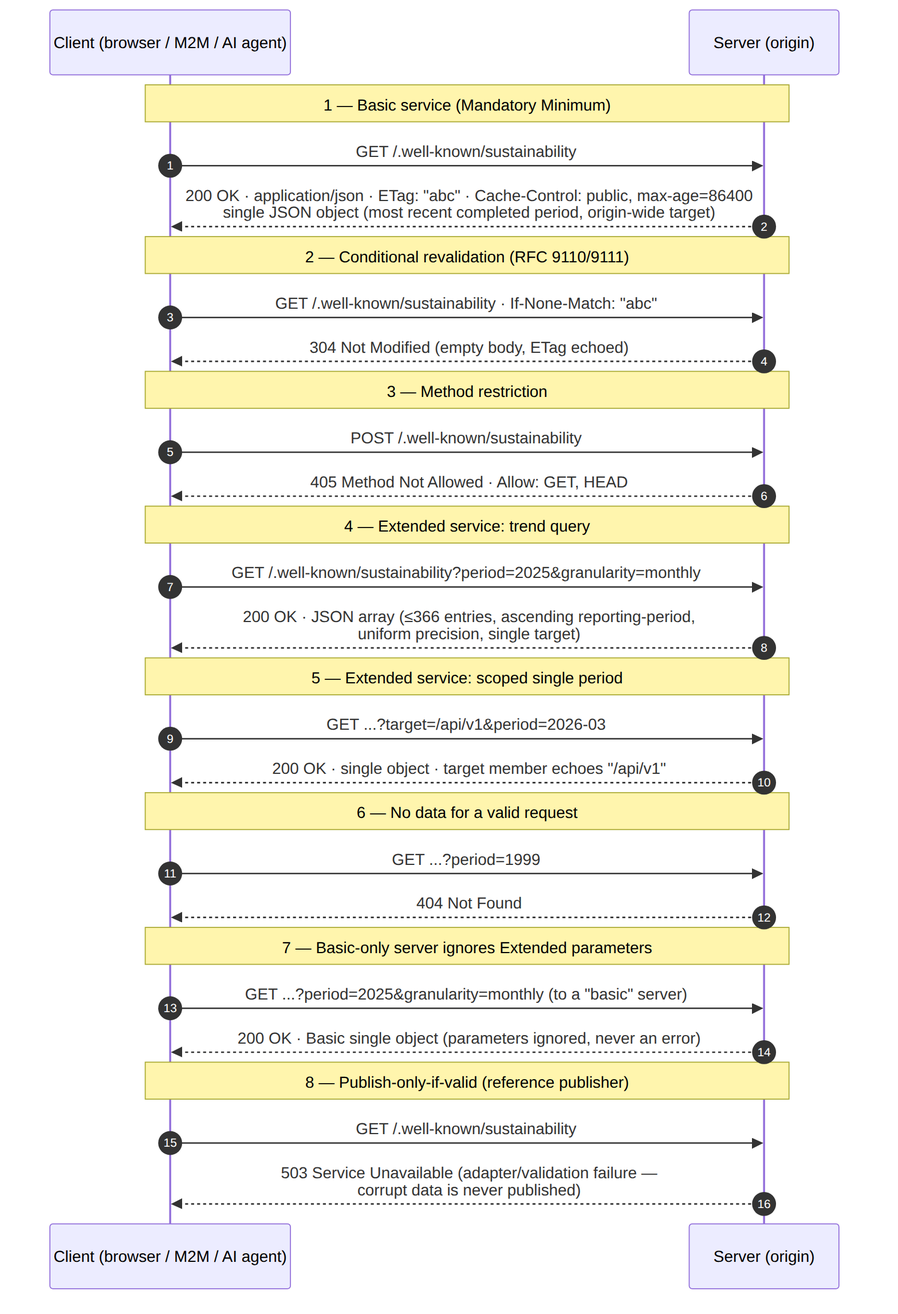
Above: architecture/images/protocol-sequence.png in andreibesleaga/rfc-sustainability-wellknown (Mermaid), before the change. Its source is kept beside it as architecture/diagrams/protocol-sequence.mmd. Its diagram source:
```mermaid
sequenceDiagram
    autonumber
    participant C as Client (browser / M2M / AI agent)
    participant S as Server (origin)

    Note over C,S: 1 — Basic service (Mandatory Minimum)
    C->>S: GET /.well-known/sustainability
    S-->>C: 200 OK · application/json · ETag: "abc" · Cache-Control: public, max-age=86400<br/>single JSON object (most recent completed period, origin-wide target)

    Note over C,S: 2 — Conditional revalidation (RFC 9110/9111)
    C->>S: GET /.well-known/sustainability · If-None-Match: "abc"
    S-->>C: 304 Not Modified (empty body, ETag echoed)

    Note over C,S: 3 — Method restriction
    C->>S: POST /.well-known/sustainability
    S-->>C: 405 Method Not Allowed · Allow: GET, HEAD

    Note over C,S: 4 — Extended service: trend query
    C->>S: GET /.well-known/sustainability?period=2025&granularity=monthly
    S-->>C: 200 OK · JSON array (≤366 entries, ascending reporting-period,<br/>uniform precision, single target)

    Note over C,S: 5 — Extended service: scoped single period
    C->>S: GET ...?target=/api/v1&period=2026-03
    S-->>C: 200 OK · single object · target member echoes "/api/v1"

    Note over C,S: 6 — No data for a valid request
    C->>S: GET ...?period=1999
    S-->>C: 404 Not Found

    Note over C,S: 7 — Basic-only server ignores Extended parameters
    C->>S: GET ...?period=2025&granularity=monthly (to a "basic" server)
    S-->>C: 200 OK · Basic single object (parameters ignored, never an error)

    Note over C,S: 8 — Publish-only-if-valid (reference publisher)
    C->>S: GET /.well-known/sustainability
    S-->>C: 503 Service Unavailable (adapter/validation failure —<br/>corrupt data is never published)
```
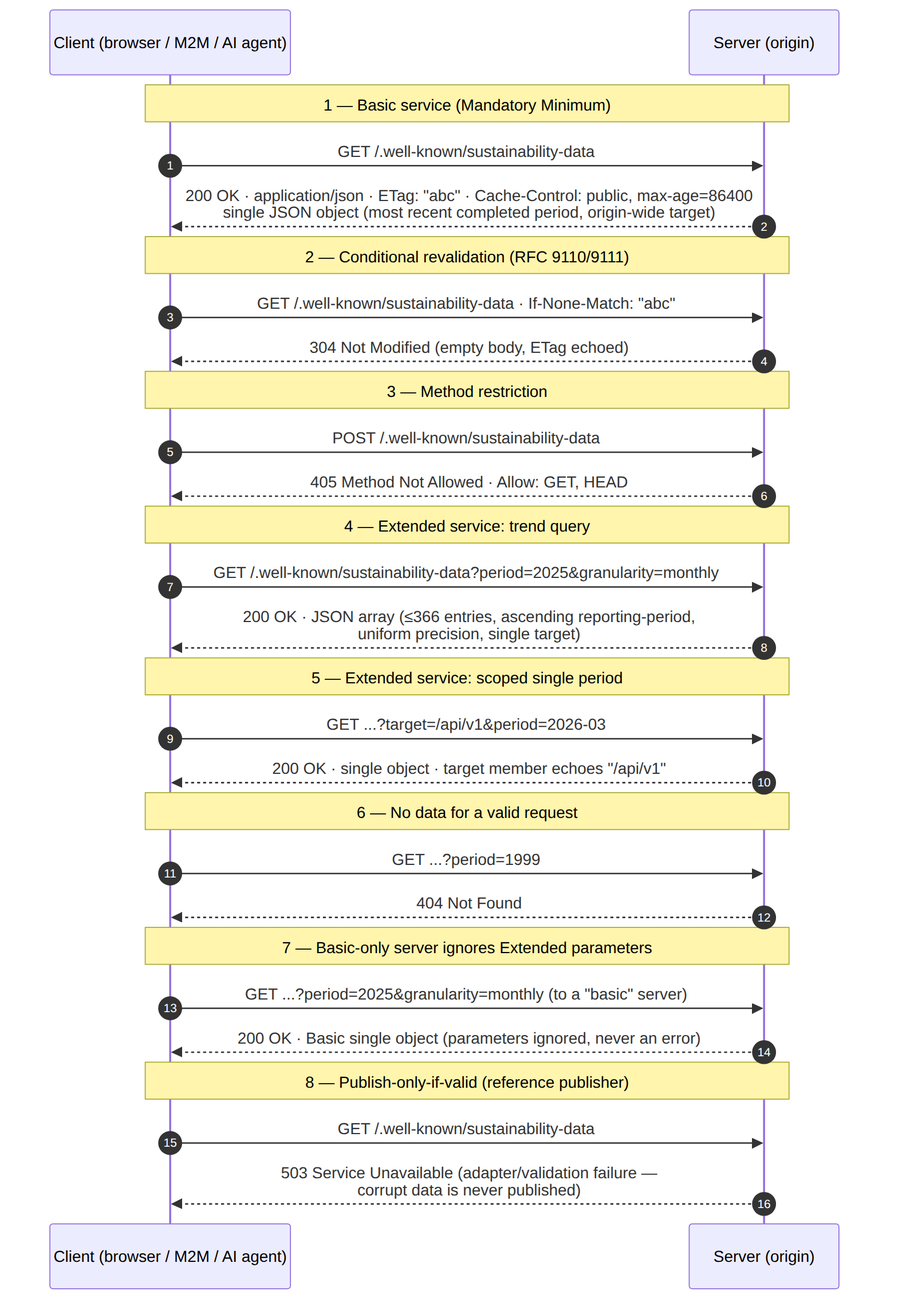
The same file after the commit.

Change to the diagram source:
```diff
@@ -4,19 +4,19 @@
     participant S as Server (origin)
 
     Note over C,S: 1 — Basic service (Mandatory Minimum)
-    C->>S: GET /.well-known/sustainability
+    C->>S: GET /.well-known/sustainability-data
     S-->>C: 200 OK · application/json · ETag: "abc" · Cache-Control: public, max-age=86400<br/>single JSON object (most recent completed period, origin-wide target)
 
     Note over C,S: 2 — Conditional revalidation (RFC 9110/9111)
-    C->>S: GET /.well-known/sustainability · If-None-Match: "abc"
+    C->>S: GET /.well-known/sustainability-data · If-None-Match: "abc"
     S-->>C: 304 Not Modified (empty body, ETag echoed)
 
     Note over C,S: 3 — Method restriction
-    C->>S: POST /.well-known/sustainability
+    C->>S: POST /.well-known/sustainability-data
     S-->>C: 405 Method Not Allowed · Allow: GET, HEAD
 
     Note over C,S: 4 — Extended service: trend query
-    C->>S: GET /.well-known/sustainability?period=2025&granularity=monthly
+    C->>S: GET /.well-known/sustainability-data?period=2025&granularity=monthly
     S-->>C: 200 OK · JSON array (≤366 entries, ascending reporting-period,<br/>uniform precision, single target)
 
     Note over C,S: 5 — Extended service: scoped single period
@@ -32,5 +32,5 @@
     S-->>C: 200 OK · Basic single object (parameters ignored, never an error)
 
     Note over C,S: 8 — Publish-only-if-valid (reference publisher)
-    C->>S: GET /.well-known/sustainability
+    C->>S: GET /.well-known/sustainability-data
     S-->>C: 503 Service Unavailable (adapter/validation failure —<br/>corrupt data is never published)
```
